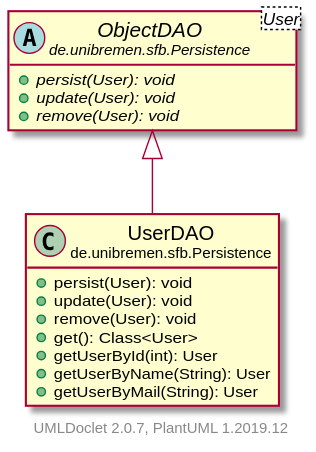
fkehlenb/softwareprojekt-2 keeps this PlantUML diagram as doc/UML/modulsichtSVG/UserDAO.svg. Above is the earlier version. Its diagram source:
```plantuml
@startuml
    set namespaceSeparator none
    hide empty fields
    hide empty methods

    class "<size:14>UserDAO\n<size:10>de.unibremen.sfb.Persistence" as de.unibremen.sfb.Persistence.UserDAO [[UserDAO.html]] {
        +persist(User): void
        +update(User): void
        +remove(User): void
        +get(): Class<User>
        +getUserById(int): User
        +getUserByName(String): User
        +getUserByMail(String): User
    }

    abstract class "<size:14>ObjectDAO\n<size:10>de.unibremen.sfb.Persistence" as de.unibremen.sfb.Persistence.ObjectDAO<User> [[ObjectDAO.html]] {
        {abstract} +persist(User): void
        {abstract} +update(User): void
        {abstract} +remove(User): void
    }

    de.unibremen.sfb.Persistence.ObjectDAO <|-- de.unibremen.sfb.Persistence.UserDAO

    center footer UMLDoclet 2.0.7, PlantUML 1.2019.12
@enduml
```
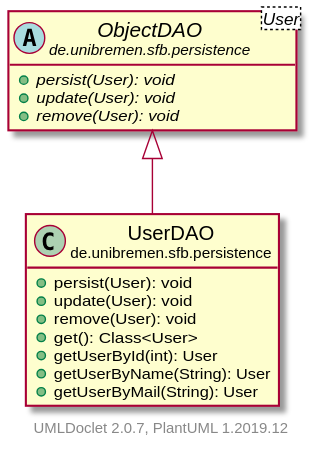
The same diagram one commit later.

Diff of the diagram source:
```diff
@@ -3,7 +3,7 @@
     hide empty fields
     hide empty methods
 
-    class "<size:14>UserDAO\n<size:10>de.unibremen.sfb.Persistence" as de.unibremen.sfb.Persistence.UserDAO [[UserDAO.html]] {
+    class "<size:14>UserDAO\n<size:10>de.unibremen.sfb.persistence" as de.unibremen.sfb.persistence.UserDAO [[UserDAO.html]] {
         +persist(User): void
         +update(User): void
         +remove(User): void
@@ -13,13 +13,13 @@
         +getUserByMail(String): User
     }
 
-    abstract class "<size:14>ObjectDAO\n<size:10>de.unibremen.sfb.Persistence" as de.unibremen.sfb.Persistence.ObjectDAO<User> [[ObjectDAO.html]] {
+    abstract class "<size:14>ObjectDAO\n<size:10>de.unibremen.sfb.persistence" as de.unibremen.sfb.persistence.ObjectDAO<User> [[ObjectDAO.html]] {
         {abstract} +persist(User): void
         {abstract} +update(User): void
         {abstract} +remove(User): void
     }
 
-    de.unibremen.sfb.Persistence.ObjectDAO <|-- de.unibremen.sfb.Persistence.UserDAO
+    de.unibremen.sfb.persistence.ObjectDAO <|-- de.unibremen.sfb.persistence.UserDAO
 
     center footer UMLDoclet 2.0.7, PlantUML 1.2019.12
 @enduml
```
